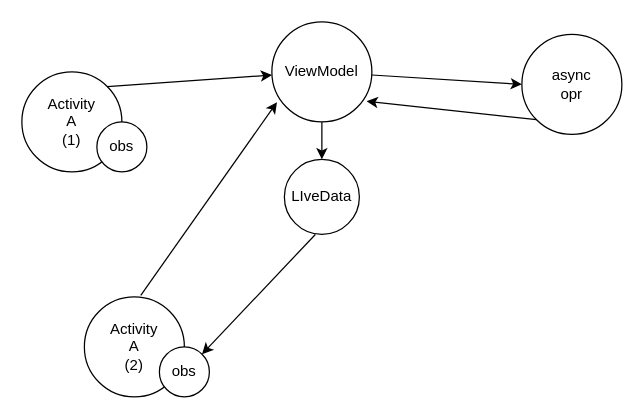
isel-leic-pdm/PDM-2021-LI5XD keeps this draw.io diagram as page "Page-6" (6 of 10) of whiteboard-PDM.drawio. Above is the earlier version. Source tidied: cells renumbered, new cells numbered last; positions are measured from the earlier drawing's top-left corner, leaving out a move shared by most shapes. Both pictures are drawn from the tidied source at 125%, with x=0, y=0 at pixel (21, 21).
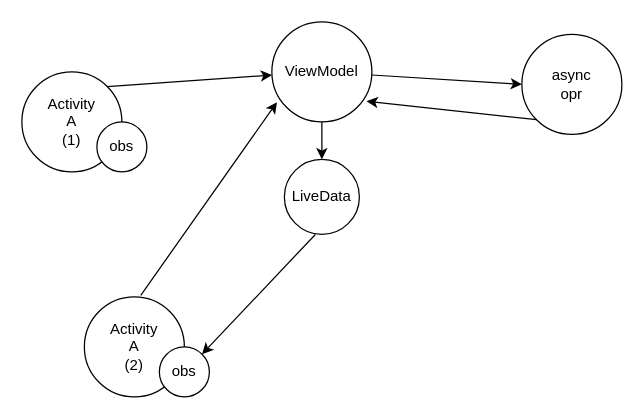
After the change.

The edit, as a diff of the source:
```diff
@@
 <mxGraphModel>
   <root>
     <mxCell id="0" />
     <mxCell id="1" parent="0" />
     <mxCell id="2" value="Activity&lt;br&gt;A&lt;br&gt;(1)" style="ellipse;whiteSpace=wrap;html=1;" parent="1" vertex="1">
       <mxGeometry y="40" width="80" height="80" as="geometry" />
     </mxCell>
     <mxCell id="3" value="async&lt;br&gt;opr" style="ellipse;whiteSpace=wrap;html=1;" parent="1" vertex="1">
       <mxGeometry x="400" y="10" width="80" height="80" as="geometry" />
     </mxCell>
     <mxCell id="4" style="endArrow=classic;html=1;entryX=0.947;entryY=0.794;entryDx=0;entryDy=0;entryPerimeter=0;exitX=0;exitY=1;exitDx=0;exitDy=0;" parent="1" edge="1" source="3" target="5">
       <mxGeometry relative="1" as="geometry" />
     </mxCell>
     <mxCell id="5" value="ViewModel" style="ellipse;whiteSpace=wrap;html=1;" parent="1" vertex="1">
       <mxGeometry x="200" width="80" height="80" as="geometry" />
     </mxCell>
     <mxCell id="6" style="endArrow=classic;html=1;entryX=0;entryY=0.5;entryDx=0;entryDy=0;" parent="1" edge="1" source="5" target="3">
       <mxGeometry relative="1" as="geometry" />
     </mxCell>
     <mxCell id="7" style="endArrow=classic;html=1;exitX=1;exitY=0;exitDx=0;exitDy=0;" parent="1" edge="1" source="2" target="5">
       <mxGeometry relative="1" as="geometry" />
     </mxCell>
     <mxCell id="8" style="endArrow=classic;html=1;" parent="1" edge="1" source="5" target="9">
       <mxGeometry relative="1" as="geometry" />
     </mxCell>
-    <mxCell id="9" value="LIveData" style="ellipse;whiteSpace=wrap;html=1;" parent="1" vertex="1">
+    <mxCell id="9" value="LiveData" style="ellipse;whiteSpace=wrap;html=1;" parent="1" vertex="1">
       <mxGeometry x="210" y="110" width="60" height="60" as="geometry" />
     </mxCell>
     <mxCell id="10" value="obs" style="ellipse;whiteSpace=wrap;html=1;" parent="1" vertex="1">
       <mxGeometry x="60" y="80" width="40" height="40" as="geometry" />
     </mxCell>
     <mxCell id="11" value="Activity&lt;br&gt;A&lt;br&gt;(2)" style="ellipse;whiteSpace=wrap;html=1;" parent="1" vertex="1">
       <mxGeometry x="50" y="220" width="80" height="80" as="geometry" />
     </mxCell>
     <mxCell id="12" value="obs" style="ellipse;whiteSpace=wrap;html=1;" parent="1" vertex="1">
       <mxGeometry x="110" y="260" width="40" height="40" as="geometry" />
     </mxCell>
     <mxCell id="13" style="endArrow=classic;html=1;exitX=0.413;exitY=1.001;exitDx=0;exitDy=0;entryX=1;entryY=0;entryDx=0;entryDy=0;exitPerimeter=0;" parent="1" edge="1" source="9" target="12">
       <mxGeometry relative="1" as="geometry" />
     </mxCell>
     <mxCell id="14" style="endArrow=classic;html=1;exitX=0.564;exitY=-0.016;exitDx=0;exitDy=0;exitPerimeter=0;entryX=0.051;entryY=0.803;entryDx=0;entryDy=0;entryPerimeter=0;" parent="1" edge="1" source="11" target="5">
       <mxGeometry relative="1" as="geometry" />
     </mxCell>
   </root>
 </mxGraphModel>
```
